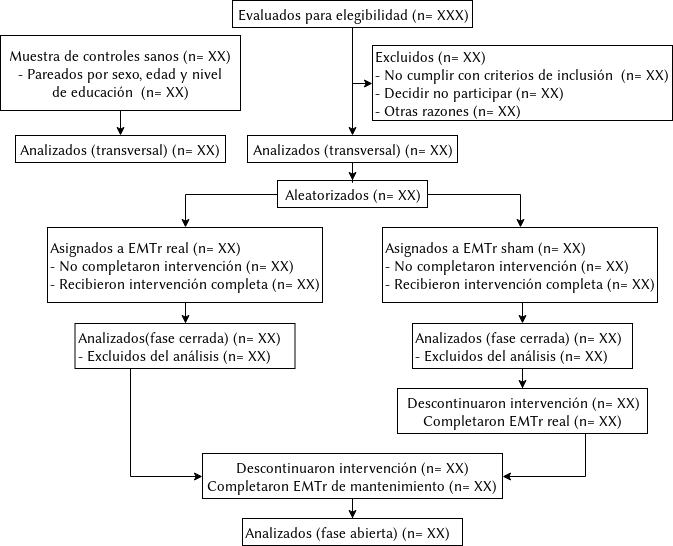
soffiafdz/TesisINB keeps this draw.io diagram as Figures/participantFlow.png. Above is the earlier version. Source tidied: cells renumbered, new cells last; positions are measured from the earlier drawing's top-left corner, leaving out a move shared by most shapes.
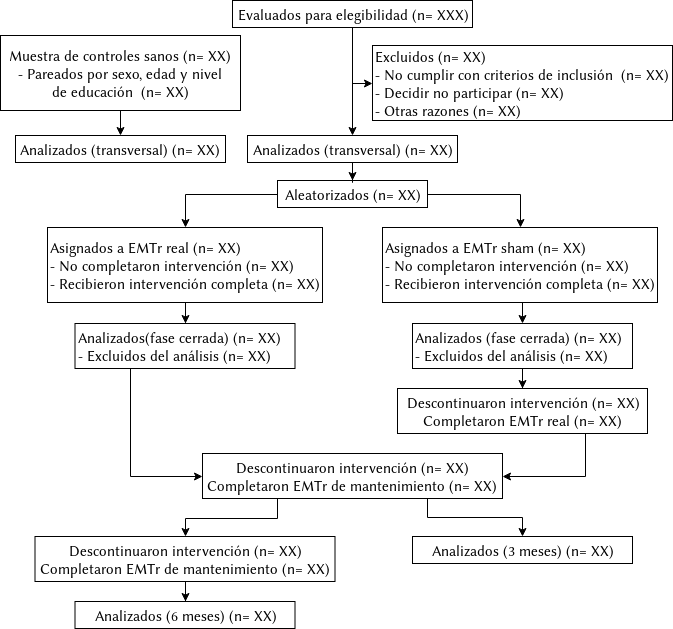
The same file after the commit.

Change to the diagram source:
```diff
@@ -68,14 +68,31 @@
     <mxCell id="23" value="&lt;div style=&quot;font-size: 15px&quot; align=&quot;left&quot;&gt;&lt;font style=&quot;font-size: 15px&quot;&gt;Analizados(fase cerrada) (n= XX)&lt;/font&gt;&lt;/div&gt;&lt;div style=&quot;font-size: 15px&quot; align=&quot;left&quot;&gt;&lt;font style=&quot;font-size: 15px&quot;&gt;- Excluidos del análisis (n= XX)&lt;br&gt;&lt;/font&gt;&lt;/div&gt;" style="rounded=0;whiteSpace=wrap;html=1;align=left;rotation=0;" parent="1" vertex="1">
       <mxGeometry x="74.5" y="323" width="220" height="45" as="geometry" />
     </mxCell>
-    <mxCell id="24" style="edgeStyle=orthogonalEdgeStyle;rounded=0;jettySize=auto;html=1;" parent="1" edge="1" source="25" target="26">
-      <mxGeometry relative="1" as="geometry" />
-    </mxCell>
+    <mxCell id="27" style="edgeStyle=orthogonalEdgeStyle;rounded=0;jettySize=auto;html=1;exitX=0.25;exitY=1;exitDx=0;exitDy=0;entryX=0.5;entryY=0;entryDx=0;entryDy=0;" parent="1" edge="1" source="25" target="30">
+      <mxGeometry relative="1" as="geometry" />
+    </mxCell>
+    <mxCell id="28" style="edgeStyle=orthogonalEdgeStyle;rounded=0;jettySize=auto;html=1;exitX=0.75;exitY=1;exitDx=0;exitDy=0;entryX=0.5;entryY=0;entryDx=0;entryDy=0;" parent="1" edge="1" source="25" target="32">
+      <mxGeometry relative="1" as="geometry">
+        <Array as="points">
+          <mxPoint x="427" y="517" />
+          <mxPoint x="522" y="517" />
+        </Array>
+      </mxGeometry>
+    </mxCell>
     <mxCell id="25" value="&lt;font style=&quot;font-size: 15px&quot;&gt;Descontinuaron intervención (n= XX)&lt;/font&gt;&lt;div style=&quot;font-size: 15px&quot; align=&quot;center&quot;&gt;&lt;font style=&quot;font-size: 15px&quot;&gt;Completaron EMTr de mantenimiento (n= XX)&lt;br&gt;&lt;/font&gt;&lt;/div&gt;" style="rounded=0;whiteSpace=wrap;html=1;align=center;rotation=0;" parent="1" vertex="1">
       <mxGeometry x="202" y="453" width="300" height="45" as="geometry" />
     </mxCell>
-    <mxCell id="26" value="&lt;font style=&quot;font-size: 15px&quot;&gt;Analizados (fase abierta) (n= XX)&lt;/font&gt;" style="rounded=0;whiteSpace=wrap;html=1;align=left;rotation=0;" parent="1" vertex="1">
-      <mxGeometry x="242" y="518" width="220" height="27" as="geometry" />
-    </mxCell>
+    <mxCell id="29" style="edgeStyle=orthogonalEdgeStyle;rounded=0;jettySize=auto;html=1;" parent="1" edge="1" source="30" target="31">
+      <mxGeometry relative="1" as="geometry" />
+    </mxCell>
+    <mxCell id="30" value="&lt;font style=&quot;font-size: 15px&quot;&gt;Descontinuaron intervención (n= XX)&lt;/font&gt;&lt;div style=&quot;font-size: 15px&quot; align=&quot;center&quot;&gt;&lt;font style=&quot;font-size: 15px&quot;&gt;Completaron EMTr de mantenimiento (n= XX)&lt;br&gt;&lt;/font&gt;&lt;/div&gt;" style="rounded=0;whiteSpace=wrap;html=1;align=center;rotation=0;" parent="1" vertex="1">
+      <mxGeometry x="34.5" y="536" width="300" height="45" as="geometry" />
+    </mxCell>
+    <mxCell id="31" value="&lt;div align=&quot;center&quot;&gt;&lt;font style=&quot;font-size: 15px&quot;&gt;Analizados (6 meses) (n= XX)&lt;/font&gt;&lt;/div&gt;" style="rounded=0;whiteSpace=wrap;html=1;align=center;rotation=0;" parent="1" vertex="1">
+      <mxGeometry x="74.5" y="601" width="220" height="27" as="geometry" />
+    </mxCell>
+    <mxCell id="32" value="&lt;div align=&quot;center&quot;&gt;&lt;font style=&quot;font-size: 15px&quot;&gt;Analizados (3 meses) (n= XX)&lt;/font&gt;&lt;/div&gt;" style="rounded=0;whiteSpace=wrap;html=1;align=center;rotation=0;" parent="1" vertex="1">
+      <mxGeometry x="412" y="536" width="220" height="27" as="geometry" />
+    </mxCell>
   </root>
 </mxGraphModel>
```
